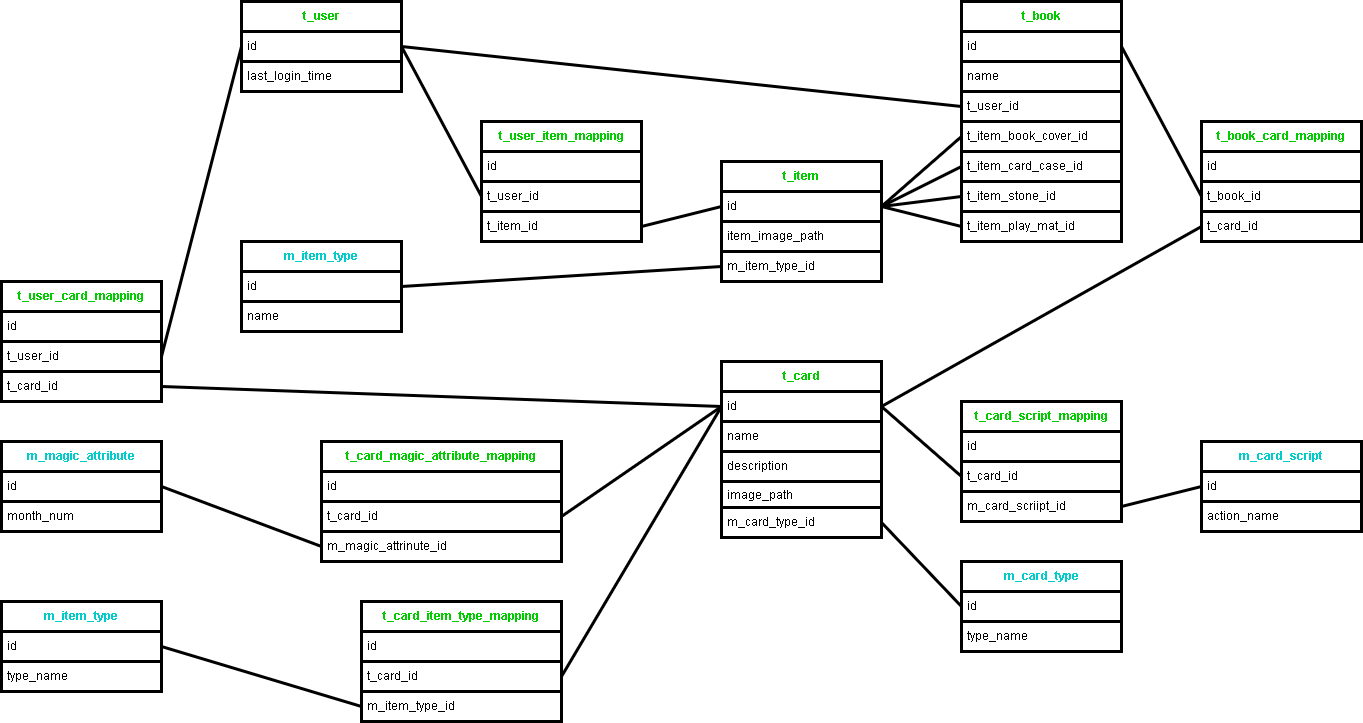
Earlier version of the draw.io export 要件/ER図.drawio.png (Chronoss0518/SpinnerOfTherNightSky). Source tidied: cells renumbered, new cells last; positions are measured from the earlier drawing's top-left corner, leaving out a move shared by most shapes.
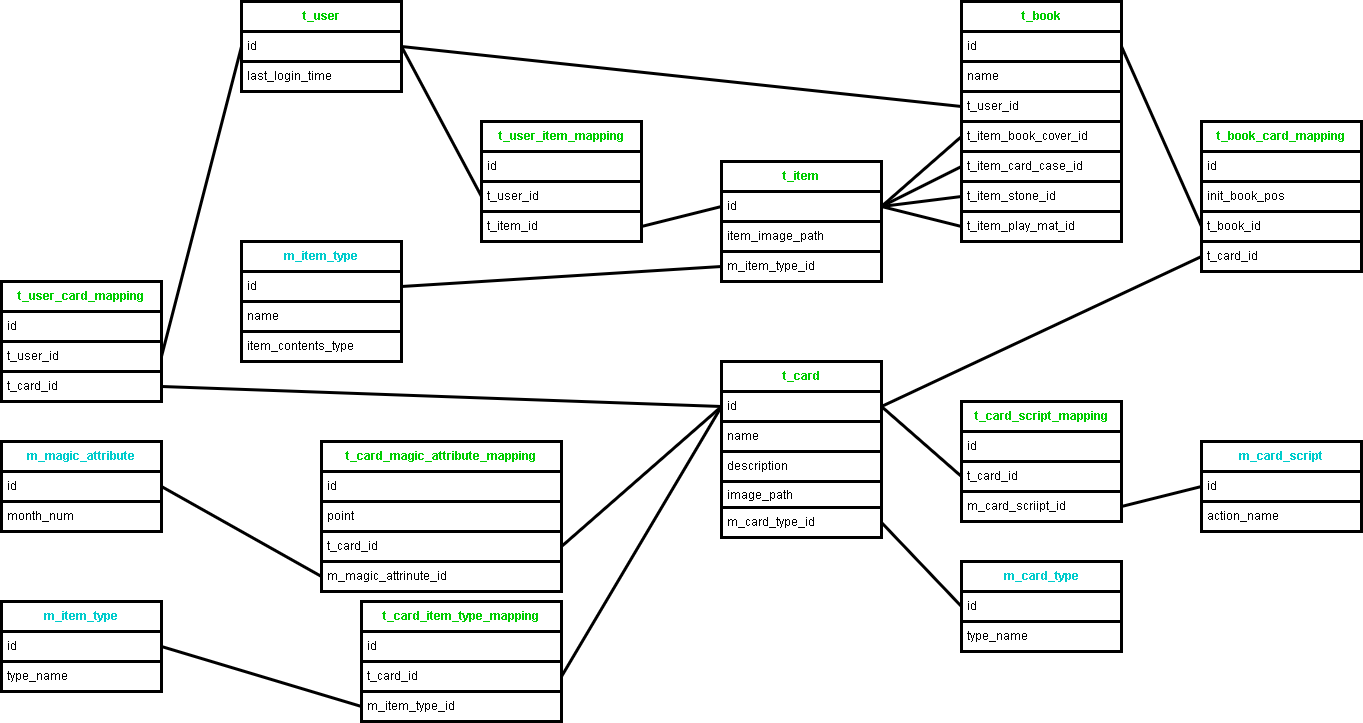
After the change.

Commit message:
不足している内容分を追加

Change to the diagram source:
```diff
@@ -96,16 +96,19 @@
       <mxGeometry relative="1" as="geometry" />
     </mxCell>
     <mxCell id="33" value="t_book_card_mapping" style="swimlane;fontStyle=1;horizontal=1;startSize=30;whiteSpace=wrap;html=1;labelBorderColor=none;strokeWidth=3;labelBackgroundColor=none;fillStyle=solid;swimlaneFillColor=none;arcSize=15;fontColor=#00CC00;strokeColor=#000000;fillColor=none;gradientColor=none;glass=0;spacing=2;fontSize=12;" parent="1" vertex="1">
-      <mxGeometry x="1200" y="120" width="160" height="120" as="geometry" />
+      <mxGeometry x="1200" y="120" width="160" height="150" as="geometry" />
     </mxCell>
     <mxCell id="34" value="id" style="text;strokeColor=#000000;fillColor=none;align=left;verticalAlign=middle;spacingLeft=4;spacingRight=4;overflow=hidden;whiteSpace=wrap;html=1;fontColor=#000000;labelBorderColor=none;strokeWidth=3;" parent="33" vertex="1">
       <mxGeometry y="30" width="160" height="30" as="geometry" />
     </mxCell>
+    <mxCell id="81" value="init_book_pos" style="text;strokeColor=#000000;fillColor=none;align=left;verticalAlign=middle;spacingLeft=4;spacingRight=4;overflow=hidden;whiteSpace=wrap;html=1;fontColor=#000000;labelBorderColor=none;strokeWidth=3;" parent="33" vertex="1">
+      <mxGeometry y="60" width="160" height="30" as="geometry" />
+    </mxCell>
     <mxCell id="35" value="t_book_id" style="text;strokeColor=#000000;fillColor=none;align=left;verticalAlign=middle;spacingLeft=4;spacingRight=4;overflow=hidden;points=[[0,0.5],[1,0.5]];portConstraint=eastwest;whiteSpace=wrap;html=1;fontColor=#000000;labelBorderColor=none;strokeWidth=3;" parent="33" vertex="1">
-      <mxGeometry y="60" width="160" height="30" as="geometry" />
+      <mxGeometry y="90" width="160" height="30" as="geometry" />
     </mxCell>
     <mxCell id="36" value="t_card_id" style="text;strokeColor=#000000;fillColor=none;align=left;verticalAlign=middle;spacingLeft=4;spacingRight=4;overflow=hidden;points=[[0,0.5],[1,0.5]];portConstraint=eastwest;whiteSpace=wrap;html=1;fontColor=#000000;labelBorderColor=none;strokeWidth=3;" parent="33" vertex="1">
-      <mxGeometry y="90" width="160" height="30" as="geometry" />
+      <mxGeometry y="120" width="160" height="30" as="geometry" />
     </mxCell>
     <mxCell id="37" style="edgeStyle=none;html=1;exitX=1;exitY=0.5;exitDx=0;exitDy=0;startArrow=none;startFill=0;endArrow=none;endFill=0;entryX=0;entryY=0.5;entryDx=0;entryDy=0;fontColor=#000000;labelBorderColor=none;strokeColor=#000000;strokeWidth=3;" parent="1" edge="1" source="16" target="35">
       <mxGeometry relative="1" as="geometry" />
@@ -156,7 +159,7 @@
       <mxGeometry relative="1" as="geometry" />
     </mxCell>
     <mxCell id="53" value="m_item_type" style="swimlane;fontStyle=1;horizontal=1;startSize=30;whiteSpace=wrap;html=1;labelBorderColor=none;strokeWidth=3;labelBackgroundColor=none;fillStyle=solid;swimlaneFillColor=none;arcSize=15;fontColor=#00CCCC;strokeColor=#000000;fillColor=none;gradientColor=none;glass=0;spacing=2;" parent="1" vertex="1">
-      <mxGeometry x="240" y="240" width="160" height="90" as="geometry" />
+      <mxGeometry x="240" y="240" width="160" height="120" as="geometry" />
     </mxCell>
     <mxCell id="54" value="id" style="text;strokeColor=#000000;fillColor=none;align=left;verticalAlign=middle;spacingLeft=4;spacingRight=4;overflow=hidden;points=[[0,0.5],[1,0.5]];portConstraint=eastwest;whiteSpace=wrap;html=1;fontColor=#000000;labelBorderColor=none;strokeWidth=3;" parent="53" vertex="1">
       <mxGeometry y="30" width="160" height="30" as="geometry" />
@@ -164,6 +167,9 @@
     <mxCell id="55" value="name" style="text;strokeColor=#000000;fillColor=none;align=left;verticalAlign=middle;spacingLeft=4;spacingRight=4;overflow=hidden;whiteSpace=wrap;html=1;fontColor=#000000;labelBorderColor=none;strokeWidth=3;" parent="53" vertex="1">
       <mxGeometry y="60" width="160" height="30" as="geometry" />
     </mxCell>
+    <mxCell id="82" value="item_contents_type" style="text;strokeColor=#000000;fillColor=none;align=left;verticalAlign=middle;spacingLeft=4;spacingRight=4;overflow=hidden;whiteSpace=wrap;html=1;fontColor=#000000;labelBorderColor=none;strokeWidth=3;" parent="53" vertex="1">
+      <mxGeometry y="90" width="160" height="30" as="geometry" />
+    </mxCell>
     <mxCell id="56" style="edgeStyle=none;html=1;exitX=0;exitY=0.5;exitDx=0;exitDy=0;entryX=1;entryY=0.5;entryDx=0;entryDy=0;startArrow=none;startFill=0;endArrow=none;endFill=0;fontColor=#000000;labelBorderColor=none;strokeColor=#000000;strokeWidth=3;" parent="1" edge="1" source="48" target="54">
       <mxGeometry relative="1" as="geometry" />
     </mxCell>
@@ -186,16 +192,19 @@
       <mxGeometry relative="1" as="geometry" />
     </mxCell>
     <mxCell id="63" value="t_card_magic_attribute_mapping" style="swimlane;fontStyle=1;horizontal=1;startSize=30;whiteSpace=wrap;html=1;labelBorderColor=none;strokeWidth=3;labelBackgroundColor=none;fillStyle=solid;swimlaneFillColor=none;arcSize=15;fontColor=#00CC00;strokeColor=#000000;fillColor=none;gradientColor=none;glass=0;spacing=2;fontSize=12;" parent="1" vertex="1">
-      <mxGeometry x="320" y="440" width="240" height="120" as="geometry" />
+      <mxGeometry x="320" y="440" width="240" height="150" as="geometry" />
     </mxCell>
     <mxCell id="64" value="id" style="text;strokeColor=#000000;fillColor=none;align=left;verticalAlign=middle;spacingLeft=4;spacingRight=4;overflow=hidden;whiteSpace=wrap;html=1;fontColor=#000000;labelBorderColor=none;strokeWidth=3;" parent="63" vertex="1">
       <mxGeometry y="30" width="240" height="30" as="geometry" />
     </mxCell>
+    <mxCell id="83" value="point" style="text;strokeColor=#000000;fillColor=none;align=left;verticalAlign=middle;spacingLeft=4;spacingRight=4;overflow=hidden;whiteSpace=wrap;html=1;fontColor=#000000;labelBorderColor=none;strokeWidth=3;" parent="63" vertex="1">
+      <mxGeometry y="60" width="240" height="30" as="geometry" />
+    </mxCell>
     <mxCell id="65" value="t_card_id" style="text;strokeColor=#000000;fillColor=none;align=left;verticalAlign=middle;spacingLeft=4;spacingRight=4;overflow=hidden;points=[[0,0.5],[1,0.5]];portConstraint=eastwest;whiteSpace=wrap;html=1;fontColor=#000000;labelBorderColor=none;strokeWidth=3;" parent="63" vertex="1">
-      <mxGeometry y="60" width="240" height="30" as="geometry" />
+      <mxGeometry y="90" width="240" height="30" as="geometry" />
     </mxCell>
     <mxCell id="66" value="m_magic_attrinute_id" style="text;strokeColor=#000000;fillColor=none;align=left;verticalAlign=middle;spacingLeft=4;spacingRight=4;overflow=hidden;points=[[0,0.5],[1,0.5]];portConstraint=eastwest;whiteSpace=wrap;html=1;fontColor=#000000;labelBorderColor=none;strokeWidth=3;" parent="63" vertex="1">
-      <mxGeometry y="90" width="240" height="30" as="geometry" />
+      <mxGeometry y="120" width="240" height="30" as="geometry" />
     </mxCell>
     <mxCell id="67" value="m_magic_attribute" style="swimlane;fontStyle=1;horizontal=1;startSize=30;whiteSpace=wrap;html=1;labelBorderColor=none;strokeWidth=3;labelBackgroundColor=none;fillStyle=solid;swimlaneFillColor=none;arcSize=15;fontColor=#00CCCC;strokeColor=#000000;fillColor=none;gradientColor=none;glass=0;spacing=2;" parent="1" vertex="1">
       <mxGeometry y="440" width="160" height="90" as="geometry" />
```
